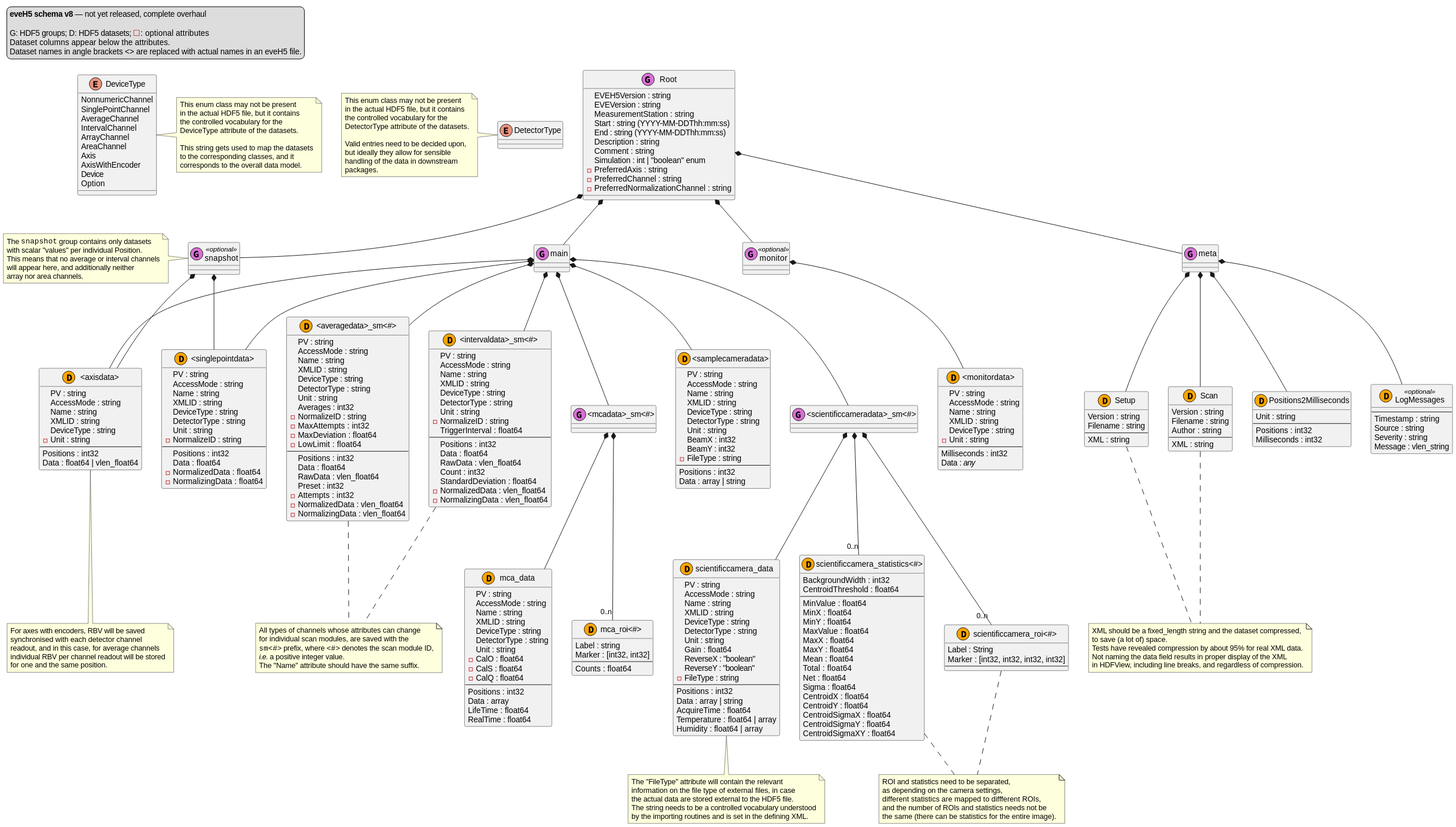
Above: docs/uml/eveh5-v8.svg in tillbiskup/evedata (PlantUML), before the change.
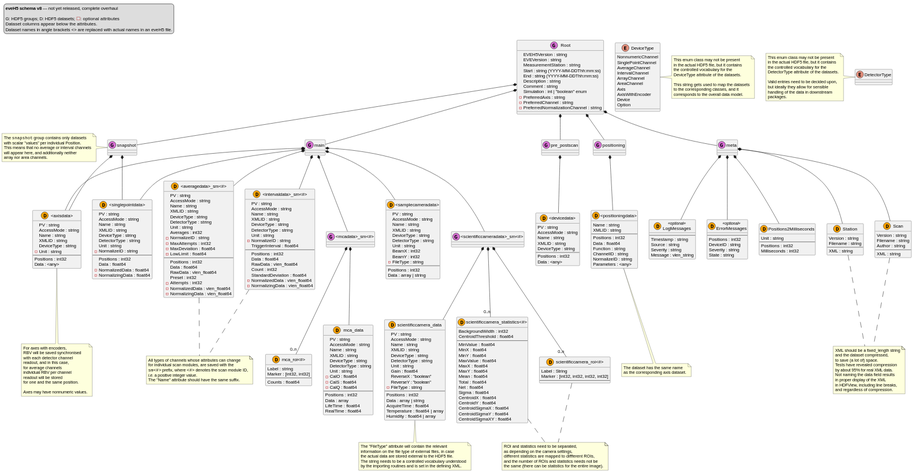
Later version of the same file.

Commit message:
Updates to the eveH5 v8 schema draft

Change to the diagram source:
```diff
@@ -23,10 +23,14 @@
 }
 
 
-Root *-- monitor
 Root *-- main
 Root *-- snapshot
+Root *-- positioning
+Root *-- pre_postscan
 Root *-- meta
+
+pre_postscan -[hidden]> positioning
+positioning -[hidden]> meta
 
 enum DeviceType {
     NonnumericChannel
@@ -65,14 +69,9 @@
     packages.
 endnote
 
-class monitor << (G,orchid) >> <<optional>> {
-}
-
-monitor *-- "<monitordata>"
-
 class main << (G,orchid) >> {}
 
-class snapshot << (G,orchid) >> <<optional>> {}
+class snapshot << (G,orchid) >> {}
 
 note left of snapshot
     The ""snapshot"" group contains only datasets
@@ -87,11 +86,48 @@
 
 class meta << (G,orchid) >> {}
 
+meta *-- Scan
+meta *-- Station
 meta *-- Positions2Milliseconds
-meta *-- Scan
-meta *-- Setup
 meta *-- LogMessages
-Setup -[hidden]> Scan
+meta *-- ErrorMessages
+Station -[hidden]> Scan
+
+
+class positioning << (G,orchid) >> {}
+
+positioning *-- "<positioningdata>"
+
+class "<positioningdata>" << (D,orange) >> {
+    Name : string
+    XMLID : string
+    --
+    Positions : int32
+    Data : float64
+    Function : string
+    ChannelID : string
+    NormalizeID : string
+    Parameters : <any>
+}
+note bottom of "<positioningdata>"
+    The dataset has the same name
+    as the corresponding axis dataset.
+end note
+
+class pre_postscan << (G,orchid) >> {}
+
+pre_postscan *-- "<devicedata>"
+
+class "<devicedata>" << (D,orange) >> {
+    PV : string
+    AccessMode : string
+    Name : string
+    XMLID : string
+    DeviceType : string
+    --
+    Positions : int32
+    Data : <any>
+}
 
 
 class "<axisdata>" << (D,orange) >> {
@@ -103,14 +139,19 @@
     - Unit : string
     --
     Positions : int32
-    Data : float64 | vlen_float64
+    Data : <any>
 }
 note bottom of "<axisdata>"
-    For axes with encoders, RBV will be saved
-    synchronised with each detector channel
-    readout, and in this case, for average channels
-    individual RBV per channel readout will be stored
+    For axes with encoders,
+    RBV will be saved synchronised
+    with each detector channel
+    readout, and in this case,
+    for average channels
+    individual RBV per channel
+    readout will be stored
     for one and the same position.
+
+    Axes may have nonnumeric values.
 end note
 
 class "<singlepointdata>" << (D,orange) >> {
@@ -305,7 +346,7 @@
     CentroidSigmaXY : float64
 }
 
-class Setup << (D,orange) >> {
+class Station << (D,orange) >> {
     Version : string
     Filename : string
     --
@@ -332,13 +373,6 @@
     XML : string
 }
 
-class Positions2Milliseconds << (D,orange) >> {
-    Unit : string
-    --
-    Positions : int32
-    Milliseconds : int32
-}
-
 class LogMessages << (D,orange) >> <<optional>> {
     --
     Timestamp : string
@@ -347,26 +381,38 @@
     Message : vlen_string
 }
 
+class ErrorMessages << (D,orange) >> <<optional>> {
+    --
+    Positions : int32
+    DeviceID : string
+    Severity : string
+    State : string
+}
+
+class Positions2Milliseconds << (D,orange) >> {
+    Unit : string
+    --
+    Positions : int32
+    Milliseconds : int32
+}
+
+LogMessages -[hidden]> ErrorMessages
+ErrorMessages -[hidden]> Positions2Milliseconds
+Positions2Milliseconds -[hidden]> Station
+Station -[hidden]> Scan
+
 note as SCML_note
-    XML should be a fixed_length string and the dataset compressed,
+    XML should be a fixed_length string
+    and the dataset compressed,
     to save (a lot of) space.
-    Tests have revealed compression by about 95% for real XML data.
-    Not naming the data field results in proper display of the XML
-    in HDFView, including line breaks, and regardless of compression.
+    Tests have revealed compression
+    by about 95% for real XML data.
+    Not naming the data field results
+    in proper display of the XML
+    in HDFView, including line breaks,
+    and regardless of compression.
 end note
 
 Scan .. SCML_note
-Setup .. SCML_note
-
-class "<monitordata>" << (D,orange) >> {
-    PV : string
-    AccessMode : string
-    Name : string
-    XMLID : string
-    DeviceType : string
-    - Unit : string
-    --
-    Milliseconds : int32
-    Data : <i>any</i>
-}
+Station .. SCML_note
 @enduml
```
